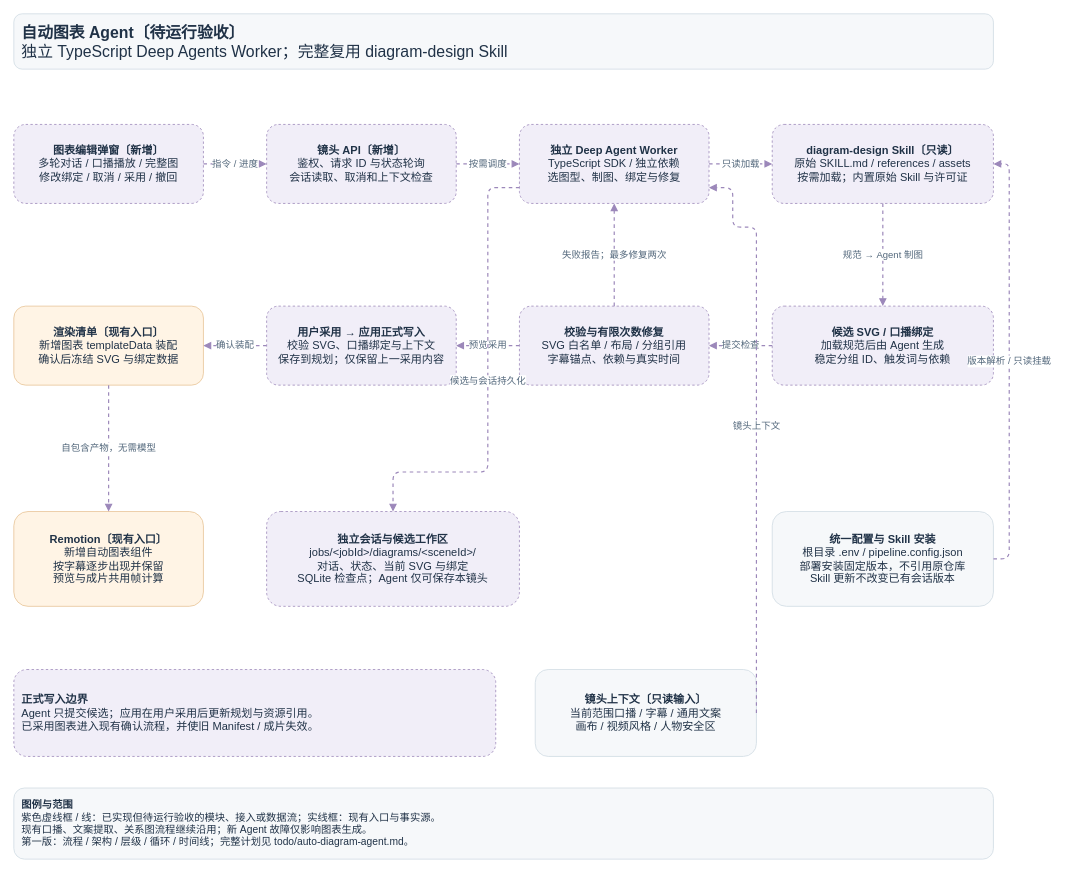
Above: page "自动图表 Agent〔待运行验收〕" (2 of 2) of doc/architecture.drawio in hongqun/we-video (draw.io), before the change. Source tidied: cells renumbered, new cells numbered last; positions are measured from the earlier drawing's top-left corner, leaving out a move shared by most shapes. Both pictures are drawn from the tidied source at 79%, with x=0, y=0 at pixel (13, 13).
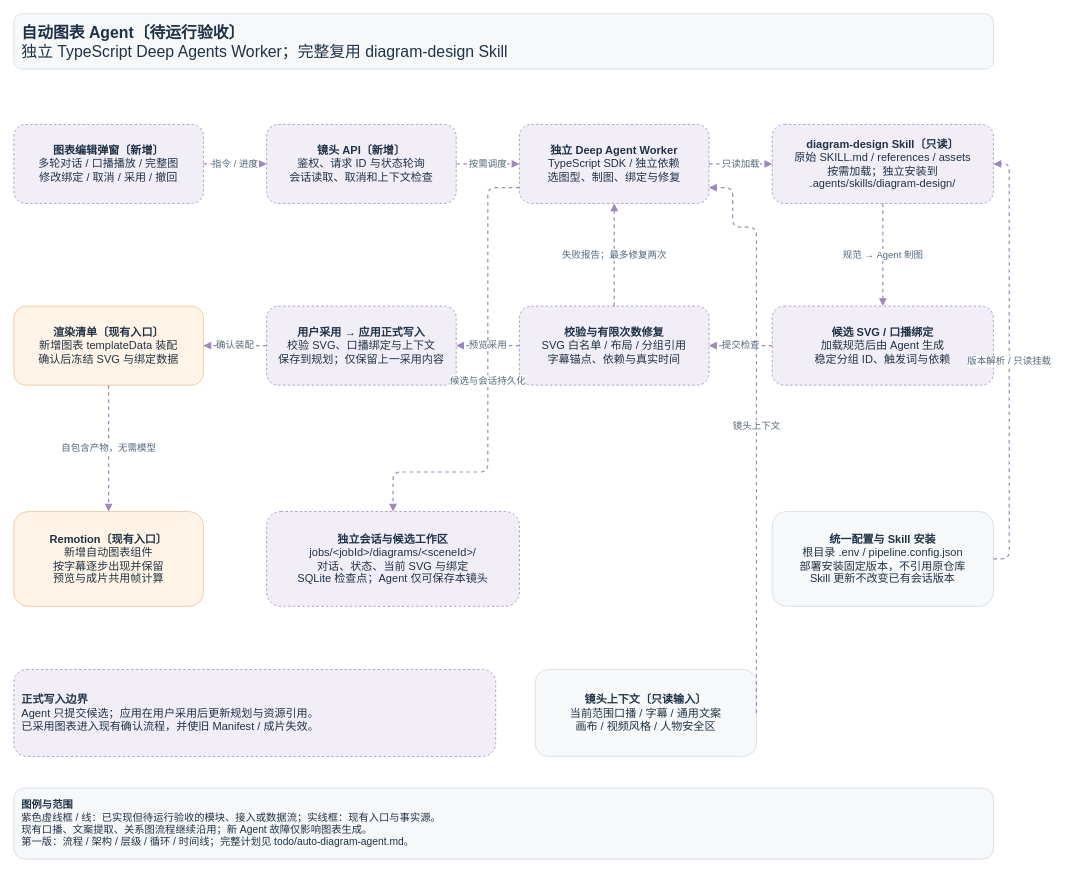
The same page after the edit.

The edit, as a diff of the source:
```diff
@@
-    <mxCell id="6" value="&lt;b&gt;diagram-design Skill〔只读〕&lt;/b&gt;&lt;br&gt;原始 SKILL.md / references / assets&lt;br&gt;按需加载；内置原始 Skill 与许可证" style="rounded=1;whiteSpace=wrap;html=1;fontColor=#203247;fontSize=14;spacing=10;fillColor=#f1eef8;strokeColor=#9c88ba;dashed=1;" parent="1" vertex="1">
+    <mxCell id="6" value="&lt;b&gt;diagram-design Skill〔只读〕&lt;/b&gt;&lt;br&gt;原始 SKILL.md / references / assets&lt;br&gt;按需加载；独立安装到 .agents/skills/diagram-design/" style="rounded=1;whiteSpace=wrap;html=1;fontColor=#203247;fontSize=14;spacing=10;fillColor=#f1eef8;strokeColor=#9c88ba;dashed=1;" parent="1" vertex="1">
       <mxGeometry x="960" y="140" width="280" height="100" as="geometry" />
     </mxCell>
```
